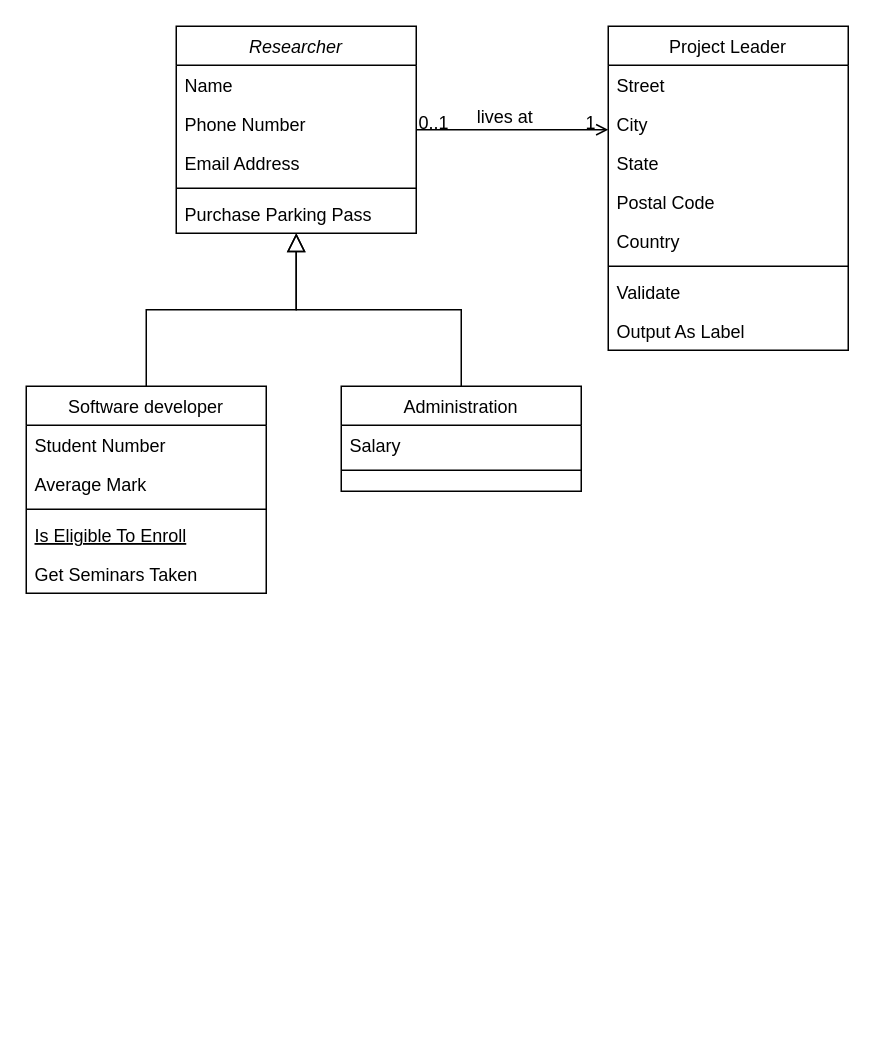
The draw.io diagram page "Class-diagram" (1 of 2) of Untitled Diagram.drawio in Bjastkuliar/SoftwareEngineeringProject2, before the edit. Source tidied: cells renumbered, new cells numbered last; positions are measured from the earlier drawing's top-left corner, leaving out a move shared by most shapes. Both pictures are drawn from the tidied source at 150%, with x=0, y=0 at pixel (26, 26).
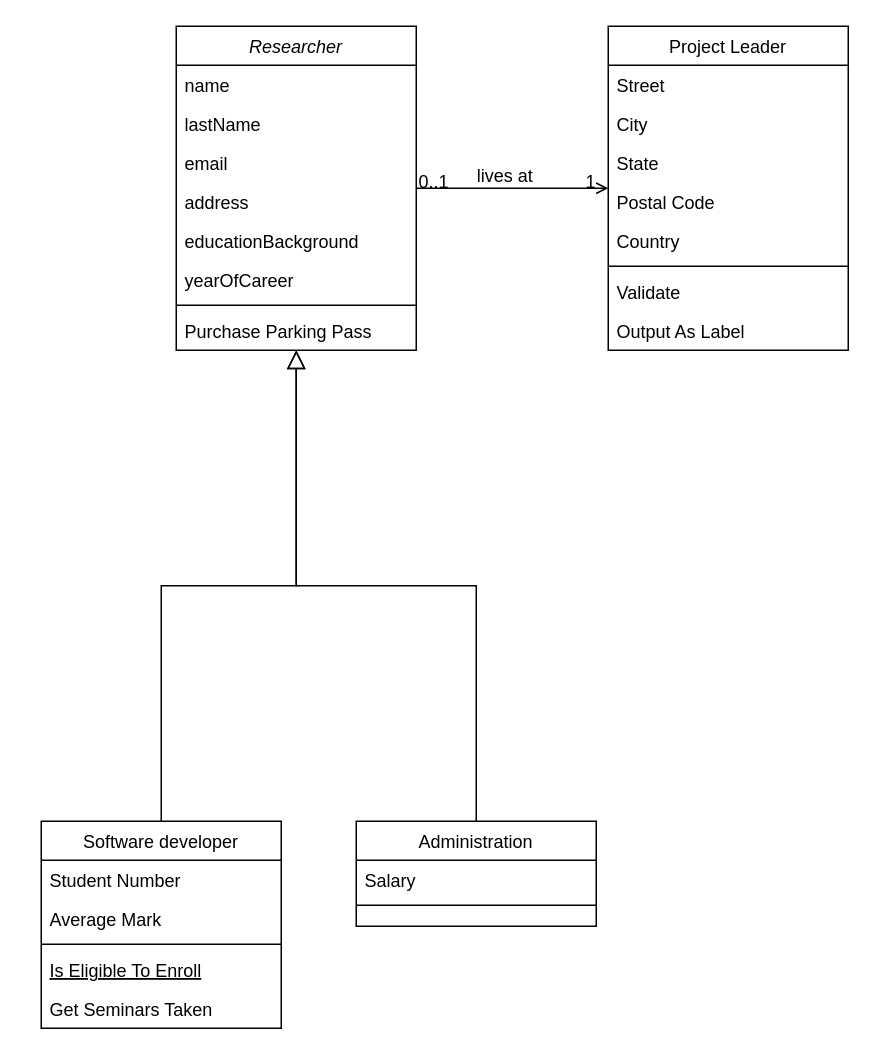
The same diagram, later.

Commit message:
Second class diagram

The edit, as a diff of the source:
```diff
@@
     <mxCell id="2" value="Researcher" style="swimlane;fontStyle=2;align=center;verticalAlign=top;horizontal=1;startSize=26;rounded=0;shadow=0;strokeWidth=1;" parent="1" vertex="1">
-      <mxGeometry x="100" width="160" height="138" as="geometry" />
+      <mxGeometry x="100" width="160" height="216" as="geometry" />
     </mxCell>
-    <mxCell id="3" value="Name" style="text;align=left;verticalAlign=top;spacingLeft=4;spacingRight=4;overflow=hidden;" parent="2" vertex="1">
+    <mxCell id="3" value="name" style="text;align=left;verticalAlign=top;spacingLeft=4;spacingRight=4;overflow=hidden;" parent="2" vertex="1">
       <mxGeometry y="26" width="160" height="26" as="geometry" />
     </mxCell>
-    <mxCell id="4" value="Phone Number" style="text;align=left;verticalAlign=top;spacingLeft=4;spacingRight=4;overflow=hidden;rounded=0;shadow=0;html=0;" parent="2" vertex="1">
+    <mxCell id="4" value="lastName" style="text;align=left;verticalAlign=top;spacingLeft=4;spacingRight=4;overflow=hidden;rounded=0;shadow=0;html=0;" parent="2" vertex="1">
       <mxGeometry y="52" width="160" height="26" as="geometry" />
     </mxCell>
+    <mxCell id="32" value="email" style="text;align=left;verticalAlign=top;spacingLeft=4;spacingRight=4;overflow=hidden;rounded=0;shadow=0;html=0;" parent="2" vertex="1">
+      <mxGeometry y="78" width="160" height="26" as="geometry" />
+    </mxCell>
+    <mxCell id="33" value="address" style="text;align=left;verticalAlign=top;spacingLeft=4;spacingRight=4;overflow=hidden;rounded=0;shadow=0;html=0;" parent="2" vertex="1">
+      <mxGeometry y="104" width="160" height="26" as="geometry" />
+    </mxCell>
+    <mxCell id="34" value="educationBackground" style="text;align=left;verticalAlign=top;spacingLeft=4;spacingRight=4;overflow=hidden;rounded=0;shadow=0;html=0;" parent="2" vertex="1">
+      <mxGeometry y="130" width="160" height="26" as="geometry" />
+    </mxCell>
-    <mxCell id="5" value="Email Address" style="text;align=left;verticalAlign=top;spacingLeft=4;spacingRight=4;overflow=hidden;rounded=0;shadow=0;html=0;" parent="2" vertex="1">
-      <mxGeometry y="78" width="160" height="26" as="geometry" />
+    <mxCell id="5" value="yearOfCareer" style="text;align=left;verticalAlign=top;spacingLeft=4;spacingRight=4;overflow=hidden;rounded=0;shadow=0;html=0;" parent="2" vertex="1">
+      <mxGeometry y="156" width="160" height="26" as="geometry" />
     </mxCell>
     <mxCell id="6" style="line;html=1;strokeWidth=1;align=left;verticalAlign=middle;spacingTop=-1;spacingLeft=3;spacingRight=3;labelPosition=right;" parent="2" vertex="1">
-      <mxGeometry y="104" width="160" height="8" as="geometry" />
+      <mxGeometry y="182" width="160" height="8" as="geometry" />
     </mxCell>
     <mxCell id="7" value="Purchase Parking Pass" style="text;align=left;verticalAlign=top;spacingLeft=4;spacingRight=4;overflow=hidden;" parent="2" vertex="1">
-      <mxGeometry y="112" width="160" height="26" as="geometry" />
+      <mxGeometry y="190" width="160" height="26" as="geometry" />
     </mxCell>
     <mxCell id="8" value="Software developer" style="swimlane;fontStyle=0;align=center;verticalAlign=top;horizontal=1;startSize=26;rounded=0;shadow=0;strokeWidth=1;" parent="1" vertex="1">
-      <mxGeometry y="240" width="160" height="138" as="geometry" />
+      <mxGeometry x="10" y="530" width="160" height="138" as="geometry" />
     </mxCell>
@@
     <mxCell id="15" value="Administration" style="swimlane;fontStyle=0;align=center;verticalAlign=top;horizontal=1;startSize=26;rounded=0;shadow=0;strokeWidth=1;" parent="1" vertex="1">
-      <mxGeometry x="210" y="240" width="160" height="70" as="geometry" />
+      <mxGeometry x="220" y="530" width="160" height="70" as="geometry" />
     </mxCell>
```
